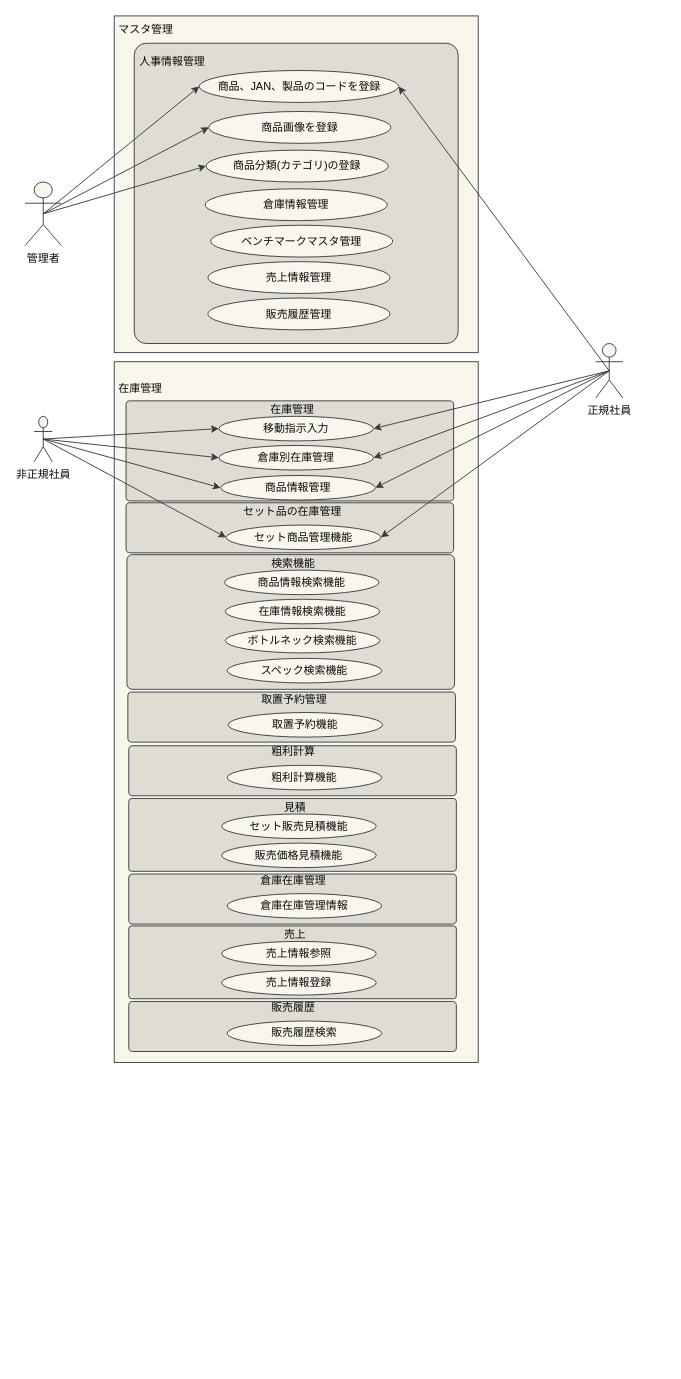
Above: page "在庫管理_ユースケース図" (2 of 2) of ユースケース図.drawio in HaruShim/Sotuken (draw.io), before the change. Source tidied: cells renumbered, new cells numbered last; positions are measured from the earlier drawing's top-left corner, leaving out a move shared by most shapes. Both pictures are drawn from the tidied source at 91%, with x=0, y=0 at pixel (25, 15).
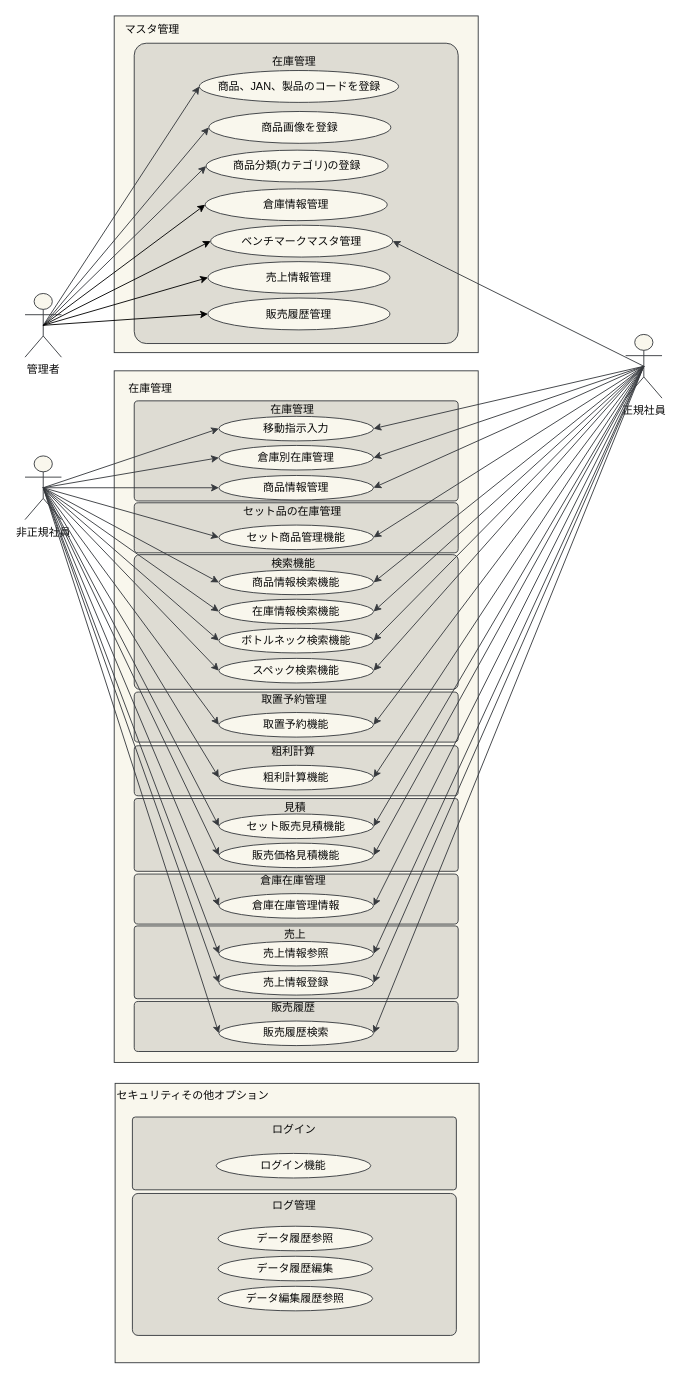
Above is the later version.

Unchanged cells that the change refers to:
```xml
<mxCell id="13" value="商品、JAN、製品のコードを登録" style="ellipse;whiteSpace=wrap;html=1;strokeColor=#36393d;fillColor=#f9f7ed;fontColor=#080808;" parent="1" vertex="1">
  <mxGeometry x="191.5" y="60" width="219" height="35" as="geometry" />
</mxCell>
<mxCell id="31" value="倉庫情報管理" style="ellipse;whiteSpace=wrap;html=1;strokeColor=#36393d;fillColor=#f9f7ed;fontColor=#080808;" parent="1" vertex="1">
  <mxGeometry x="198" y="190" width="200" height="35" as="geometry" />
</mxCell>
<mxCell id="32" value="ベンチマークマスタ管理" style="ellipse;whiteSpace=wrap;html=1;strokeColor=#36393d;fillColor=#f9f7ed;fontColor=#080808;" parent="1" vertex="1">
  <mxGeometry x="204" y="230" width="200" height="35" as="geometry" />
</mxCell>
<mxCell id="33" value="売上情報管理" style="ellipse;whiteSpace=wrap;html=1;strokeColor=#36393d;fillColor=#f9f7ed;fontColor=#080808;" parent="1" vertex="1">
  <mxGeometry x="201" y="270" width="200" height="35" as="geometry" />
</mxCell>
<mxCell id="34" value="販売履歴管理" style="ellipse;whiteSpace=wrap;html=1;strokeColor=#36393d;fillColor=#f9f7ed;fontColor=#080808;" parent="1" vertex="1">
  <mxGeometry x="201" y="310" width="200" height="35" as="geometry" />
</mxCell>
```

Diff of the diagram source:
```diff
@@
+    <mxCell id="64" value="セキュリティその他オプション" style="rounded=0;whiteSpace=wrap;html=1;strokeColor=#36393d;fillColor=#f9f7ed;fontColor=#080808;verticalAlign=top;align=left;" parent="1" vertex="1">
+      <mxGeometry x="99" y="1173" width="400" height="307" as="geometry" />
+    </mxCell>
+    <mxCell id="65" value="ログ管理" style="rounded=1;whiteSpace=wrap;html=1;arcSize=4;strokeColor=#36393d;fillColor=#DEDCD3;fontColor=#080808;labelPosition=center;verticalLabelPosition=middle;align=center;verticalAlign=top;" parent="1" vertex="1">
+      <mxGeometry x="118" y="1294" width="356" height="156" as="geometry" />
+    </mxCell>
+    <mxCell id="66" value="ログイン" style="rounded=1;whiteSpace=wrap;html=1;arcSize=4;strokeColor=#36393d;fillColor=#DEDCD3;fontColor=#080808;labelPosition=center;verticalLabelPosition=middle;align=center;verticalAlign=top;" parent="1" vertex="1">
+      <mxGeometry x="118" y="1210" width="356" height="80" as="geometry" />
+    </mxCell>
@@
     <mxCell id="3" value="正規社員" style="shape=umlActor;verticalLabelPosition=bottom;verticalAlign=top;html=1;outlineConnect=0;strokeColor=#36393d;fillColor=#f9f7ed;fontColor=#080808;" parent="1" vertex="1">
-      <mxGeometry x="627" y="360" width="30" height="60" as="geometry" />
+      <mxGeometry x="660" y="350" width="40" height="70" as="geometry" />
     </mxCell>
     <mxCell id="4" style="rounded=0;whiteSpace=wrap;html=1;strokeColor=#36393d;fillColor=#f9f7ed;fontColor=#080808;" parent="1" vertex="1">
-      <mxGeometry x="98" y="380" width="400" height="770" as="geometry" />
+      <mxGeometry x="98" y="390" width="400" height="760" as="geometry" />
     </mxCell>
     <mxCell id="5" style="rounded=1;whiteSpace=wrap;html=1;arcSize=4;strokeColor=#36393d;fillColor=#DEDCD3;fontColor=#080808;" parent="1" vertex="1">
-      <mxGeometry x="111" y="423" width="360" height="110" as="geometry" />
+      <mxGeometry x="120" y="423" width="356" height="110" as="geometry" />
     </mxCell>
     <mxCell id="6" value="管理者" style="shape=umlActor;verticalLabelPosition=bottom;verticalAlign=top;html=1;outlineConnect=0;strokeColor=#36393d;fillColor=#f9f7ed;fontColor=#080808;" parent="1" vertex="1">
-      <mxGeometry y="182.5" width="40" height="70" as="geometry" />
+      <mxGeometry y="305" width="40" height="70" as="geometry" />
     </mxCell>
@@
     <mxCell id="8" value="非正規社員" style="shape=umlActor;verticalLabelPosition=bottom;verticalAlign=top;html=1;outlineConnect=0;strokeColor=#36393d;fillColor=#f9f7ed;fontColor=#080808;" parent="1" vertex="1">
-      <mxGeometry x="10" y="440" width="20" height="50" as="geometry" />
+      <mxGeometry y="483.5" width="40" height="70" as="geometry" />
     </mxCell>
@@
     <mxCell id="10" value="在庫管理" style="text;html=1;strokeColor=none;fillColor=none;align=center;verticalAlign=middle;whiteSpace=wrap;rounded=0;fontColor=#080808;" parent="1" vertex="1">
-      <mxGeometry x="87" y="400" width="80" height="20" as="geometry" />
+      <mxGeometry x="98" y="400" width="80" height="20" as="geometry" />
     </mxCell>
     <mxCell id="11" value="マスタ管理" style="text;html=1;strokeColor=none;fillColor=none;align=center;verticalAlign=middle;whiteSpace=wrap;rounded=0;fontColor=#080808;" parent="1" vertex="1">
-      <mxGeometry x="100" width="66" height="30" as="geometry" />
+      <mxGeometry x="100" width="80" height="30" as="geometry" />
     </mxCell>
@@
     <mxCell id="23" style="rounded=1;whiteSpace=wrap;html=1;arcSize=8;strokeColor=#36393d;fillColor=#DEDCD3;fontColor=#080808;" parent="1" vertex="1">
-      <mxGeometry x="111" y="535" width="360" height="55" as="geometry" />
+      <mxGeometry x="120" y="535" width="356" height="55" as="geometry" />
     </mxCell>
@@
-    <mxCell id="28" style="endArrow=classic;html=1;rounded=0;exitX=0.5;exitY=0.5;exitDx=0;exitDy=0;exitPerimeter=0;entryX=1;entryY=0.5;entryDx=0;entryDy=0;strokeColor=#36393d;fillColor=#f9f7ed;fontColor=#080808;" parent="1" edge="1" source="3" target="13">
+    <mxCell id="28" style="endArrow=classic;html=1;rounded=0;exitX=0.5;exitY=0.5;exitDx=0;exitDy=0;exitPerimeter=0;strokeColor=#36393d;fillColor=#f9f7ed;fontColor=#080808;entryX=1;entryY=0.5;entryDx=0;entryDy=0;" parent="1" edge="1" source="3" target="32">
       <mxGeometry relative="1" as="geometry" />
     </mxCell>
@@
-    <mxCell id="30" value="人事情報管理" style="text;html=1;strokeColor=none;fillColor=none;align=center;verticalAlign=middle;whiteSpace=wrap;rounded=0;fontColor=#080808;" parent="1" vertex="1">
-      <mxGeometry x="122" y="40" width="80" height="20" as="geometry" />
+    <mxCell id="30" value="在庫管理" style="text;html=1;strokeColor=none;fillColor=none;align=center;verticalAlign=middle;whiteSpace=wrap;rounded=0;fontColor=#080808;" parent="1" vertex="1">
+      <mxGeometry x="122" y="40" width="348" height="20" as="geometry" />
     </mxCell>
@@
     <mxCell id="36" value="商品情報管理" style="ellipse;whiteSpace=wrap;html=1;strokeColor=#36393d;fillColor=#f9f7ed;fontColor=#080808;" parent="1" vertex="1">
-      <mxGeometry x="215" y="505" width="170" height="27" as="geometry" />
+      <mxGeometry x="213" y="505" width="170" height="27" as="geometry" />
     </mxCell>
     <mxCell id="37" value="セット商品管理機能" style="ellipse;whiteSpace=wrap;html=1;strokeColor=#36393d;fillColor=#f9f7ed;fontColor=#080808;" parent="1" vertex="1">
-      <mxGeometry x="221" y="559.5" width="170" height="27" as="geometry" />
+      <mxGeometry x="213" y="559.5" width="170" height="27" as="geometry" />
     </mxCell>
     <mxCell id="38" style="rounded=1;whiteSpace=wrap;html=1;arcSize=4;strokeColor=#36393d;fillColor=#DEDCD3;fontColor=#080808;" parent="1" vertex="1">
-      <mxGeometry x="112" y="592" width="360" height="148" as="geometry" />
+      <mxGeometry x="120" y="592" width="356" height="148" as="geometry" />
     </mxCell>
@@
     <mxCell id="40" value="商品情報検索機能" style="ellipse;whiteSpace=wrap;html=1;strokeColor=#36393d;fillColor=#f9f7ed;fontColor=#080808;" parent="1" vertex="1">
-      <mxGeometry x="219" y="609" width="170" height="27" as="geometry" />
+      <mxGeometry x="213" y="609" width="170" height="27" as="geometry" />
     </mxCell>
     <mxCell id="41" value="在庫情報検索機能" style="ellipse;whiteSpace=wrap;html=1;strokeColor=#36393d;fillColor=#f9f7ed;fontColor=#080808;" parent="1" vertex="1">
-      <mxGeometry x="220" y="641" width="170" height="27" as="geometry" />
+      <mxGeometry x="213" y="641" width="170" height="27" as="geometry" />
     </mxCell>
     <mxCell id="42" value="ボトルネック検索機能" style="ellipse;whiteSpace=wrap;html=1;strokeColor=#36393d;fillColor=#f9f7ed;fontColor=#080808;" parent="1" vertex="1">
-      <mxGeometry x="220" y="673" width="170" height="27" as="geometry" />
+      <mxGeometry x="213" y="673" width="170" height="27" as="geometry" />
     </mxCell>
     <mxCell id="43" value="スペック検索機能" style="ellipse;whiteSpace=wrap;html=1;strokeColor=#36393d;fillColor=#f9f7ed;fontColor=#080808;" parent="1" vertex="1">
-      <mxGeometry x="222" y="706" width="170" height="27" as="geometry" />
+      <mxGeometry x="213" y="706" width="170" height="27" as="geometry" />
     </mxCell>
     <mxCell id="44" style="rounded=1;whiteSpace=wrap;html=1;arcSize=8;strokeColor=#36393d;fillColor=#DEDCD3;fontColor=#080808;" parent="1" vertex="1">
-      <mxGeometry x="113" y="743" width="360" height="55" as="geometry" />
+      <mxGeometry x="120" y="743" width="356" height="55" as="geometry" />
     </mxCell>
@@
     <mxCell id="46" value="取置予約機能" style="ellipse;whiteSpace=wrap;html=1;strokeColor=#36393d;fillColor=#f9f7ed;fontColor=#080808;" parent="1" vertex="1">
-      <mxGeometry x="223" y="765.5" width="170" height="27" as="geometry" />
+      <mxGeometry x="213" y="765.5" width="170" height="27" as="geometry" />
     </mxCell>
     <mxCell id="47" style="rounded=1;whiteSpace=wrap;html=1;arcSize=8;strokeColor=#36393d;fillColor=#DEDCD3;fontColor=#080808;" parent="1" vertex="1">
-      <mxGeometry x="114" y="802" width="360" height="55" as="geometry" />
+      <mxGeometry x="120" y="802" width="356" height="55" as="geometry" />
     </mxCell>
@@
     <mxCell id="49" value="粗利計算機能" style="ellipse;whiteSpace=wrap;html=1;strokeColor=#36393d;fillColor=#f9f7ed;fontColor=#080808;" parent="1" vertex="1">
-      <mxGeometry x="222" y="823.5" width="170" height="27" as="geometry" />
+      <mxGeometry x="213" y="823.5" width="170" height="27" as="geometry" />
     </mxCell>
     <mxCell id="50" style="rounded=1;whiteSpace=wrap;html=1;arcSize=4;strokeColor=#36393d;fillColor=#DEDCD3;fontColor=#080808;" parent="1" vertex="1">
-      <mxGeometry x="114" y="860" width="360" height="80" as="geometry" />
+      <mxGeometry x="120" y="860" width="356" height="80" as="geometry" />
     </mxCell>
     <mxCell id="51" value="セット販売見積機能" style="ellipse;whiteSpace=wrap;html=1;strokeColor=#36393d;fillColor=#f9f7ed;fontColor=#080808;" parent="1" vertex="1">
-      <mxGeometry x="216" y="877" width="170" height="27" as="geometry" />
+      <mxGeometry x="213" y="877" width="170" height="27" as="geometry" />
     </mxCell>
@@
     <mxCell id="53" value="販売価格見積機能" style="ellipse;whiteSpace=wrap;html=1;strokeColor=#36393d;fillColor=#f9f7ed;fontColor=#080808;" parent="1" vertex="1">
-      <mxGeometry x="216" y="909" width="170" height="27" as="geometry" />
+      <mxGeometry x="213" y="909" width="170" height="27" as="geometry" />
     </mxCell>
     <mxCell id="54" style="rounded=1;whiteSpace=wrap;html=1;arcSize=8;strokeColor=#36393d;fillColor=#DEDCD3;fontColor=#080808;" parent="1" vertex="1">
-      <mxGeometry x="114" y="943" width="360" height="55" as="geometry" />
+      <mxGeometry x="120" y="943" width="356" height="55" as="geometry" />
     </mxCell>
@@
     <mxCell id="56" value="倉庫在庫管理情報" style="ellipse;whiteSpace=wrap;html=1;strokeColor=#36393d;fillColor=#f9f7ed;fontColor=#080808;" parent="1" vertex="1">
-      <mxGeometry x="222" y="964.5" width="170" height="27" as="geometry" />
+      <mxGeometry x="213" y="964.5" width="170" height="27" as="geometry" />
     </mxCell>
     <mxCell id="57" style="rounded=1;whiteSpace=wrap;html=1;arcSize=4;strokeColor=#36393d;fillColor=#DEDCD3;fontColor=#080808;" parent="1" vertex="1">
-      <mxGeometry x="114" y="1000" width="360" height="80" as="geometry" />
+      <mxGeometry x="120" y="1000" width="356" height="80" as="geometry" />
     </mxCell>
     <mxCell id="58" value="売上情報参照" style="ellipse;whiteSpace=wrap;html=1;strokeColor=#36393d;fillColor=#f9f7ed;fontColor=#080808;" parent="1" vertex="1">
-      <mxGeometry x="216" y="1017" width="170" height="27" as="geometry" />
+      <mxGeometry x="213" y="1017" width="170" height="27" as="geometry" />
     </mxCell>
@@
     <mxCell id="60" value="売上情報登録" style="ellipse;whiteSpace=wrap;html=1;strokeColor=#36393d;fillColor=#f9f7ed;fontColor=#080808;" parent="1" vertex="1">
-      <mxGeometry x="216" y="1049" width="170" height="27" as="geometry" />
+      <mxGeometry x="213" y="1049" width="170" height="27" as="geometry" />
     </mxCell>
     <mxCell id="61" style="rounded=1;whiteSpace=wrap;html=1;arcSize=8;strokeColor=#36393d;fillColor=#DEDCD3;fontColor=#080808;" parent="1" vertex="1">
-      <mxGeometry x="114" y="1083" width="360" height="55" as="geometry" />
+      <mxGeometry x="120" y="1083" width="356" height="55" as="geometry" />
     </mxCell>
@@
     <mxCell id="63" value="販売履歴検索" style="ellipse;whiteSpace=wrap;html=1;strokeColor=#36393d;fillColor=#f9f7ed;fontColor=#080808;" parent="1" vertex="1">
-      <mxGeometry x="222" y="1104.5" width="170" height="27" as="geometry" />
+      <mxGeometry x="213" y="1104.5" width="170" height="27" as="geometry" />
     </mxCell>
+    <mxCell id="67" style="endArrow=classic;html=1;rounded=0;exitX=0.5;exitY=0.5;exitDx=0;exitDy=0;exitPerimeter=0;entryX=0;entryY=0.5;entryDx=0;entryDy=0;" parent="1" edge="1" source="6" target="31">
+      <mxGeometry relative="1" as="geometry" />
+    </mxCell>
+    <mxCell id="68" style="endArrow=classic;html=1;rounded=0;exitX=0.5;exitY=0.5;exitDx=0;exitDy=0;exitPerimeter=0;entryX=0;entryY=0.5;entryDx=0;entryDy=0;" parent="1" edge="1" source="6" target="32">
+      <mxGeometry relative="1" as="geometry" />
+    </mxCell>
+    <mxCell id="69" style="endArrow=classic;html=1;rounded=0;exitX=0.5;exitY=0.5;exitDx=0;exitDy=0;exitPerimeter=0;entryX=0;entryY=0.5;entryDx=0;entryDy=0;" parent="1" edge="1" source="6" target="33">
+      <mxGeometry relative="1" as="geometry" />
+    </mxCell>
+    <mxCell id="70" style="endArrow=classic;html=1;rounded=0;exitX=0.5;exitY=0.5;exitDx=0;exitDy=0;exitPerimeter=0;entryX=0;entryY=0.5;entryDx=0;entryDy=0;" parent="1" edge="1" source="6" target="34">
+      <mxGeometry relative="1" as="geometry" />
+    </mxCell>
+    <mxCell id="71" style="endArrow=classic;html=1;rounded=0;exitX=0.5;exitY=0.5;exitDx=0;exitDy=0;exitPerimeter=0;entryX=1;entryY=0.5;entryDx=0;entryDy=0;strokeColor=#36393d;fillColor=#f9f7ed;fontColor=#080808;" parent="1" edge="1" source="3" target="40">
+      <mxGeometry relative="1" as="geometry" />
+    </mxCell>
+    <mxCell id="72" style="endArrow=classic;html=1;rounded=0;exitX=0.5;exitY=0.5;exitDx=0;exitDy=0;exitPerimeter=0;strokeColor=#36393d;fillColor=#f9f7ed;fontColor=#080808;entryX=1;entryY=0.5;entryDx=0;entryDy=0;" parent="1" edge="1" source="3" target="41">
+      <mxGeometry relative="1" as="geometry" />
+    </mxCell>
+    <mxCell id="73" style="endArrow=classic;html=1;rounded=0;exitX=0.5;exitY=0.5;exitDx=0;exitDy=0;exitPerimeter=0;entryX=1;entryY=0.5;entryDx=0;entryDy=0;strokeColor=#36393d;fillColor=#f9f7ed;fontColor=#080808;" parent="1" edge="1" source="3" target="42">
+      <mxGeometry relative="1" as="geometry" />
+    </mxCell>
+    <mxCell id="74" style="endArrow=classic;html=1;rounded=0;exitX=0.5;exitY=0.5;exitDx=0;exitDy=0;exitPerimeter=0;entryX=1;entryY=0.5;entryDx=0;entryDy=0;strokeColor=#36393d;fillColor=#f9f7ed;fontColor=#080808;" parent="1" edge="1" source="3" target="43">
+      <mxGeometry relative="1" as="geometry" />
+    </mxCell>
+    <mxCell id="75" style="endArrow=classic;html=1;rounded=0;exitX=0.5;exitY=0.5;exitDx=0;exitDy=0;exitPerimeter=0;entryX=1;entryY=0.5;entryDx=0;entryDy=0;strokeColor=#36393d;fillColor=#f9f7ed;fontColor=#080808;" parent="1" edge="1" source="3" target="46">
+      <mxGeometry relative="1" as="geometry" />
+    </mxCell>
+    <mxCell id="76" style="endArrow=classic;html=1;rounded=0;exitX=0.5;exitY=0.5;exitDx=0;exitDy=0;exitPerimeter=0;entryX=1;entryY=0.5;entryDx=0;entryDy=0;strokeColor=#36393d;fillColor=#f9f7ed;fontColor=#080808;" parent="1" edge="1" source="3" target="49">
+      <mxGeometry relative="1" as="geometry" />
+    </mxCell>
+    <mxCell id="77" style="endArrow=classic;html=1;rounded=0;exitX=0.5;exitY=0.5;exitDx=0;exitDy=0;exitPerimeter=0;entryX=1;entryY=0.5;entryDx=0;entryDy=0;strokeColor=#36393d;fillColor=#f9f7ed;fontColor=#080808;" parent="1" edge="1" source="3" target="51">
+      <mxGeometry relative="1" as="geometry" />
+    </mxCell>
+    <mxCell id="78" style="endArrow=classic;html=1;rounded=0;exitX=0.5;exitY=0.5;exitDx=0;exitDy=0;exitPerimeter=0;entryX=1;entryY=0.5;entryDx=0;entryDy=0;strokeColor=#36393d;fillColor=#f9f7ed;fontColor=#080808;" parent="1" edge="1" source="3" target="53">
+      <mxGeometry relative="1" as="geometry" />
+    </mxCell>
+    <mxCell id="79" style="endArrow=classic;html=1;rounded=0;exitX=0.5;exitY=0.5;exitDx=0;exitDy=0;exitPerimeter=0;entryX=1;entryY=0.5;entryDx=0;entryDy=0;strokeColor=#36393d;fillColor=#f9f7ed;fontColor=#080808;" parent="1" edge="1" source="3" target="56">
+      <mxGeometry relative="1" as="geometry" />
+    </mxCell>
+    <mxCell id="80" style="endArrow=classic;html=1;rounded=0;exitX=0.5;exitY=0.5;exitDx=0;exitDy=0;exitPerimeter=0;entryX=1;entryY=0.5;entryDx=0;entryDy=0;strokeColor=#36393d;fillColor=#f9f7ed;fontColor=#080808;" parent="1" edge="1" source="3" target="58">
+      <mxGeometry relative="1" as="geometry" />
+    </mxCell>
+    <mxCell id="81" style="endArrow=classic;html=1;rounded=0;exitX=0.5;exitY=0.5;exitDx=0;exitDy=0;exitPerimeter=0;entryX=1;entryY=0.5;entryDx=0;entryDy=0;strokeColor=#36393d;fillColor=#f9f7ed;fontColor=#080808;" parent="1" edge="1" source="3" target="60">
+      <mxGeometry relative="1" as="geometry" />
+    </mxCell>
+    <mxCell id="82" style="endArrow=classic;html=1;rounded=0;exitX=0.5;exitY=0.5;exitDx=0;exitDy=0;exitPerimeter=0;entryX=1;entryY=0.5;entryDx=0;entryDy=0;strokeColor=#36393d;fillColor=#f9f7ed;fontColor=#080808;" parent="1" edge="1" source="3" target="63">
+      <mxGeometry relative="1" as="geometry" />
+    </mxCell>
+    <mxCell id="83" style="endArrow=classic;html=1;rounded=0;exitX=0.5;exitY=0.5;exitDx=0;exitDy=0;exitPerimeter=0;entryX=0;entryY=0.5;entryDx=0;entryDy=0;strokeColor=#36393d;fillColor=#f9f7ed;fontColor=#080808;" parent="1" edge="1" source="8" target="40">
+      <mxGeometry relative="1" as="geometry" />
+    </mxCell>
+    <mxCell id="84" style="endArrow=classic;html=1;rounded=0;exitX=0.5;exitY=0.5;exitDx=0;exitDy=0;exitPerimeter=0;entryX=0;entryY=0.5;entryDx=0;entryDy=0;strokeColor=#36393d;fillColor=#f9f7ed;fontColor=#080808;" parent="1" edge="1" source="8" target="41">
+      <mxGeometry relative="1" as="geometry" />
+    </mxCell>
+    <mxCell id="85" style="endArrow=classic;html=1;rounded=0;exitX=0.5;exitY=0.5;exitDx=0;exitDy=0;exitPerimeter=0;entryX=0;entryY=0.5;entryDx=0;entryDy=0;strokeColor=#36393d;fillColor=#f9f7ed;fontColor=#080808;" parent="1" edge="1" source="8" target="42">
+      <mxGeometry relative="1" as="geometry" />
+    </mxCell>
+    <mxCell id="86" style="endArrow=classic;html=1;rounded=0;exitX=0.5;exitY=0.5;exitDx=0;exitDy=0;exitPerimeter=0;entryX=0;entryY=0.5;entryDx=0;entryDy=0;strokeColor=#36393d;fillColor=#f9f7ed;fontColor=#080808;" parent="1" edge="1" source="8" target="43">
+      <mxGeometry relative="1" as="geometry" />
+    </mxCell>
+    <mxCell id="87" style="endArrow=classic;html=1;rounded=0;exitX=0.5;exitY=0.5;exitDx=0;exitDy=0;exitPerimeter=0;entryX=0;entryY=0.5;entryDx=0;entryDy=0;strokeColor=#36393d;fillColor=#f9f7ed;fontColor=#080808;" parent="1" edge="1" source="8" target="46">
+      <mxGeometry relative="1" as="geometry" />
+    </mxCell>
+    <mxCell id="88" style="endArrow=classic;html=1;rounded=0;entryX=0;entryY=0.5;entryDx=0;entryDy=0;strokeColor=#36393d;fillColor=#f9f7ed;fontColor=#080808;exitX=0.5;exitY=0.5;exitDx=0;exitDy=0;exitPerimeter=0;" parent="1" edge="1" source="8" target="49">
+      <mxGeometry relative="1" as="geometry" />
+    </mxCell>
+    <mxCell id="89" style="endArrow=classic;html=1;rounded=0;entryX=0;entryY=0.5;entryDx=0;entryDy=0;strokeColor=#36393d;fillColor=#f9f7ed;fontColor=#080808;exitX=0.5;exitY=0.5;exitDx=0;exitDy=0;exitPerimeter=0;" parent="1" edge="1" source="8" target="51">
+      <mxGeometry relative="1" as="geometry" />
+    </mxCell>
+    <mxCell id="90" style="endArrow=classic;html=1;rounded=0;entryX=0;entryY=0.5;entryDx=0;entryDy=0;strokeColor=#36393d;fillColor=#f9f7ed;fontColor=#080808;exitX=0.5;exitY=0.5;exitDx=0;exitDy=0;exitPerimeter=0;" parent="1" edge="1" source="8" target="53">
+      <mxGeometry relative="1" as="geometry" />
+    </mxCell>
+    <mxCell id="91" style="endArrow=classic;html=1;rounded=0;entryX=0;entryY=0.5;entryDx=0;entryDy=0;strokeColor=#36393d;fillColor=#f9f7ed;fontColor=#080808;exitX=0.5;exitY=0.5;exitDx=0;exitDy=0;exitPerimeter=0;" parent="1" edge="1" source="8" target="56">
+      <mxGeometry relative="1" as="geometry" />
+    </mxCell>
+    <mxCell id="92" style="endArrow=classic;html=1;rounded=0;entryX=0;entryY=0.5;entryDx=0;entryDy=0;strokeColor=#36393d;fillColor=#f9f7ed;fontColor=#080808;exitX=0.5;exitY=0.5;exitDx=0;exitDy=0;exitPerimeter=0;" parent="1" edge="1" source="8" target="58">
+      <mxGeometry relative="1" as="geometry" />
+    </mxCell>
+    <mxCell id="93" style="endArrow=classic;html=1;rounded=0;entryX=0;entryY=0.5;entryDx=0;entryDy=0;strokeColor=#36393d;fillColor=#f9f7ed;fontColor=#080808;exitX=0.5;exitY=0.5;exitDx=0;exitDy=0;exitPerimeter=0;" parent="1" edge="1" source="8" target="60">
+      <mxGeometry relative="1" as="geometry" />
+    </mxCell>
+    <mxCell id="94" style="endArrow=classic;html=1;rounded=0;entryX=0;entryY=0.5;entryDx=0;entryDy=0;strokeColor=#36393d;fillColor=#f9f7ed;fontColor=#080808;exitX=0.5;exitY=0.5;exitDx=0;exitDy=0;exitPerimeter=0;" parent="1" edge="1" source="8" target="63">
+      <mxGeometry relative="1" as="geometry" />
+    </mxCell>
+    <mxCell id="95" value="ログイン機能" style="ellipse;whiteSpace=wrap;html=1;strokeColor=#36393d;fillColor=#f9f7ed;fontColor=#080808;" parent="1" vertex="1">
+      <mxGeometry x="210" y="1250" width="170" height="27" as="geometry" />
+    </mxCell>
+    <mxCell id="96" value="データ履歴参照" style="ellipse;whiteSpace=wrap;html=1;strokeColor=#36393d;fillColor=#f9f7ed;fontColor=#080808;" parent="1" vertex="1">
+      <mxGeometry x="212" y="1330" width="170" height="27" as="geometry" />
+    </mxCell>
+    <mxCell id="97" value="データ編集履歴参照" style="ellipse;whiteSpace=wrap;html=1;strokeColor=#36393d;fillColor=#f9f7ed;fontColor=#080808;" parent="1" vertex="1">
+      <mxGeometry x="212" y="1396" width="170" height="27" as="geometry" />
+    </mxCell>
+    <mxCell id="98" value="データ履歴編集" style="ellipse;whiteSpace=wrap;html=1;strokeColor=#36393d;fillColor=#f9f7ed;fontColor=#080808;" parent="1" vertex="1">
+      <mxGeometry x="212" y="1363" width="170" height="27" as="geometry" />
+    </mxCell>
```
